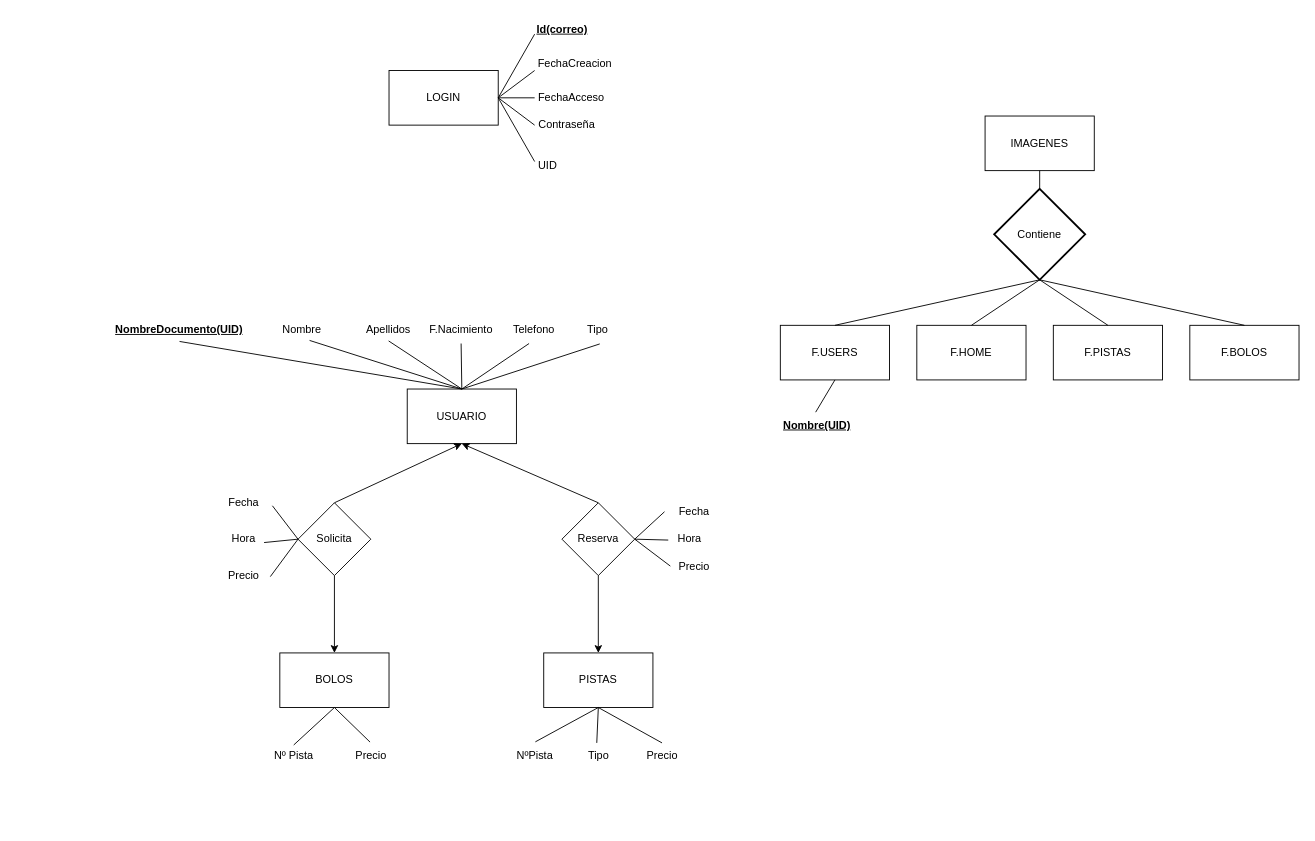
Above: Trabajo_Fin_Grado/E02/DiagramaClasesUso.drawio in vod275/TFG_VIctor_Oliver (draw.io), before the change. Source tidied: cells renumbered, new cells numbered last; positions are measured from the earlier drawing's top-left corner, leaving out a move shared by most shapes. Both pictures are drawn from the tidied source at 91%, with x=0, y=0 at pixel (106, 15).
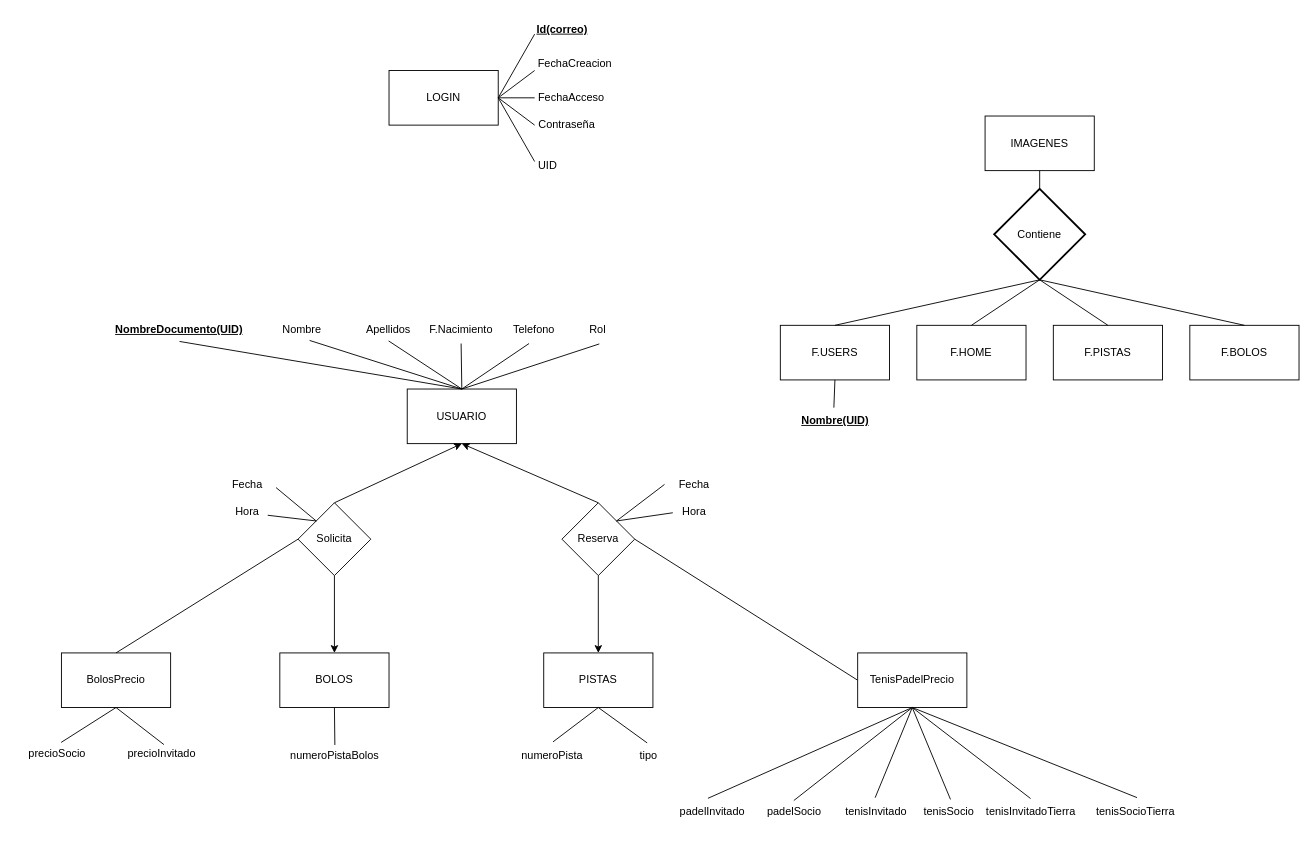
The same page after the edit.

Unchanged cells that the change refers to:
```xml
<mxCell id="25" value="Reserva" style="rhombus;whiteSpace=wrap;html=1;rounded=0;" parent="1" vertex="1">
  <mxGeometry x="501" y="535" width="80" height="80" as="geometry" />
</mxCell>
<mxCell id="26" value="Solicita" style="rhombus;whiteSpace=wrap;html=1;rounded=0;" parent="1" vertex="1">
  <mxGeometry x="211" y="535" width="80" height="80" as="geometry" />
</mxCell>
<mxCell id="46" value="BOLOS" style="rounded=0;whiteSpace=wrap;html=1;" parent="1" vertex="1">
  <mxGeometry x="191" y="700" width="120" height="60" as="geometry" />
</mxCell>
<mxCell id="51" value="PISTAS" style="rounded=0;whiteSpace=wrap;html=1;" parent="1" vertex="1">
  <mxGeometry x="481" y="700" width="120" height="60" as="geometry" />
</mxCell>
```

Change to the diagram source:
```diff
@@
     <mxCell id="37" value="Fecha" style="text;html=1;align=center;verticalAlign=middle;points=[];rounded=0;" parent="1" vertex="1">
-      <mxGeometry x="121" y="520" width="60" height="30" as="geometry" />
+      <mxGeometry x="125" y="500" width="60" height="30" as="geometry" />
     </mxCell>
     <mxCell id="38" value="Hora" style="text;html=1;align=center;verticalAlign=middle;points=[];rounded=0;" parent="1" vertex="1">
-      <mxGeometry x="126" y="560" width="50" height="30" as="geometry" />
+      <mxGeometry x="130" y="530" width="50" height="30" as="geometry" />
     </mxCell>
-    <mxCell id="39" value="Precio" style="text;html=1;align=center;verticalAlign=middle;points=[];rounded=0;" parent="1" vertex="1">
-      <mxGeometry x="121" y="600" width="60" height="30" as="geometry" />
-    </mxCell>
-    <mxCell id="40" style="endArrow=none;html=1;rounded=0;entryX=0;entryY=0.5;entryDx=0;entryDy=0;exitX=0.993;exitY=0.538;exitDx=0;exitDy=0;exitPerimeter=0;" parent="1" edge="1" source="39" target="26">
-      <mxGeometry relative="1" as="geometry" />
-    </mxCell>
-    <mxCell id="41" style="endArrow=none;html=1;rounded=0;exitX=0;exitY=0.5;exitDx=0;exitDy=0;entryX=0.954;entryY=0.624;entryDx=0;entryDy=0;entryPerimeter=0;" parent="1" edge="1" source="26" target="38">
+    <mxCell id="41" style="endArrow=none;html=1;rounded=0;exitX=0;exitY=0;exitDx=0;exitDy=0;entryX=0.954;entryY=0.624;entryDx=0;entryDy=0;entryPerimeter=0;" parent="1" edge="1" source="26" target="38">
       <mxGeometry relative="1" as="geometry" />
     </mxCell>
-    <mxCell id="42" style="endArrow=none;html=1;rounded=0;exitX=1.031;exitY=0.61;exitDx=0;exitDy=0;exitPerimeter=0;entryX=0;entryY=0.5;entryDx=0;entryDy=0;" parent="1" edge="1" source="37" target="26">
+    <mxCell id="42" style="endArrow=none;html=1;rounded=0;exitX=1.031;exitY=0.61;exitDx=0;exitDy=0;exitPerimeter=0;entryX=0;entryY=0;entryDx=0;entryDy=0;" parent="1" edge="1" source="37" target="26">
       <mxGeometry relative="1" as="geometry" />
     </mxCell>
@@
-    <mxCell id="47" value="Nº Pista" style="text;html=1;align=center;verticalAlign=middle;points=[];fontStyle=0;rounded=0;" parent="1" vertex="1">
-      <mxGeometry x="171" y="798" width="70" height="30" as="geometry" />
+    <mxCell id="47" value="numeroPistaBolos" style="text;html=1;align=center;verticalAlign=middle;points=[];fontStyle=0;rounded=0;" parent="1" vertex="1">
+      <mxGeometry x="191" y="798" width="120" height="30" as="geometry" />
     </mxCell>
-    <mxCell id="48" value="Precio" style="text;html=1;align=center;verticalAlign=middle;points=[];rounded=0;" parent="1" vertex="1">
-      <mxGeometry x="261" y="798" width="60" height="30" as="geometry" />
-    </mxCell>
@@
-    <mxCell id="50" style="endArrow=none;html=1;rounded=0;entryX=0.5;entryY=1;entryDx=0;entryDy=0;exitX=0.486;exitY=0;exitDx=0;exitDy=0;exitPerimeter=0;" parent="1" edge="1" source="48" target="46">
-      <mxGeometry relative="1" as="geometry" />
-    </mxCell>
@@
     <mxCell id="53" value="Fecha" style="text;html=1;align=center;verticalAlign=middle;points=[];rounded=0;" parent="1" vertex="1">
-      <mxGeometry x="616" y="530" width="60" height="30" as="geometry" />
+      <mxGeometry x="616" y="500" width="60" height="30" as="geometry" />
     </mxCell>
     <mxCell id="54" value="Hora" style="text;html=1;align=center;verticalAlign=middle;points=[];rounded=0;" parent="1" vertex="1">
-      <mxGeometry x="616" y="560" width="50" height="30" as="geometry" />
+      <mxGeometry x="621" y="530" width="50" height="30" as="geometry" />
     </mxCell>
-    <mxCell id="55" value="Precio" style="text;html=1;align=center;verticalAlign=middle;points=[];rounded=0;" parent="1" vertex="1">
-      <mxGeometry x="616" y="590" width="60" height="30" as="geometry" />
-    </mxCell>
-    <mxCell id="56" style="endArrow=none;html=1;rounded=0;entryX=-0.038;entryY=0.495;entryDx=0;entryDy=0;entryPerimeter=0;exitX=1;exitY=0.5;exitDx=0;exitDy=0;" parent="1" edge="1" source="25" target="53">
+    <mxCell id="56" style="endArrow=none;html=1;rounded=0;entryX=-0.038;entryY=0.495;entryDx=0;entryDy=0;entryPerimeter=0;exitX=1;exitY=0;exitDx=0;exitDy=0;" parent="1" edge="1" source="25" target="53">
       <mxGeometry relative="1" as="geometry" />
     </mxCell>
-    <mxCell id="57" style="endArrow=none;html=1;rounded=0;entryX=0.037;entryY=0.533;entryDx=0;entryDy=0;entryPerimeter=0;exitX=1;exitY=0.5;exitDx=0;exitDy=0;" parent="1" edge="1" source="25" target="54">
+    <mxCell id="57" style="endArrow=none;html=1;rounded=0;entryX=0.037;entryY=0.533;entryDx=0;entryDy=0;entryPerimeter=0;exitX=1;exitY=0;exitDx=0;exitDy=0;" parent="1" edge="1" source="25" target="54">
       <mxGeometry relative="1" as="geometry" />
     </mxCell>
-    <mxCell id="58" style="endArrow=none;html=1;rounded=0;entryX=0.069;entryY=0.486;entryDx=0;entryDy=0;entryPerimeter=0;exitX=1;exitY=0.5;exitDx=0;exitDy=0;" parent="1" edge="1" source="25" target="55">
+    <mxCell id="58" style="endArrow=none;html=1;rounded=0;entryX=0;entryY=0.5;entryDx=0;entryDy=0;exitX=1;exitY=0.5;exitDx=0;exitDy=0;" parent="1" edge="1" source="25" target="69">
       <mxGeometry relative="1" as="geometry" />
     </mxCell>
-    <mxCell id="59" value="NºPista" style="text;html=1;align=center;verticalAlign=middle;points=[];rounded=0;" parent="1" vertex="1">
-      <mxGeometry x="441" y="798" width="60" height="30" as="geometry" />
+    <mxCell id="59" value="numeroPista" style="text;html=1;align=center;verticalAlign=middle;points=[];rounded=0;" parent="1" vertex="1">
+      <mxGeometry x="445" y="798" width="90" height="30" as="geometry" />
     </mxCell>
-    <mxCell id="60" value="Tipo" style="text;html=1;align=center;verticalAlign=middle;points=[];rounded=0;" parent="1" vertex="1">
-      <mxGeometry x="516" y="798" width="50" height="30" as="geometry" />
+    <mxCell id="60" value="tipo" style="text;html=1;align=center;verticalAlign=middle;points=[];rounded=0;" parent="1" vertex="1">
+      <mxGeometry x="576" y="798" width="40" height="30" as="geometry" />
     </mxCell>
-    <mxCell id="61" value="Precio" style="text;html=1;align=center;verticalAlign=middle;points=[];rounded=0;" parent="1" vertex="1">
-      <mxGeometry x="581" y="798" width="60" height="30" as="geometry" />
-    </mxCell>
@@
-    <mxCell id="64" style="endArrow=none;html=1;rounded=0;entryX=0.5;entryY=1;entryDx=0;entryDy=0;exitX=0.5;exitY=0.029;exitDx=0;exitDy=0;exitPerimeter=0;" parent="1" edge="1" source="61" target="51">
-      <mxGeometry relative="1" as="geometry" />
-    </mxCell>
-    <mxCell id="65" value="Tipo" style="text;html=1;align=center;verticalAlign=middle;points=[];strokeColor=none;fillColor=none;" parent="1" vertex="1">
-      <mxGeometry x="515" y="330" width="50" height="30" as="geometry" />
+    <mxCell id="65" value="Rol" style="text;html=1;align=center;verticalAlign=middle;points=[];strokeColor=none;fillColor=none;" parent="1" vertex="1">
+      <mxGeometry x="520" y="330" width="40" height="30" as="geometry" />
     </mxCell>
@@
     <mxCell id="67" value="Nombre(UID)" style="text;html=1;align=center;verticalAlign=middle;points=[];strokeColor=none;fillColor=none;fontStyle=5;" parent="1" vertex="1">
-      <mxGeometry x="736" y="435" width="90" height="30" as="geometry" />
+      <mxGeometry x="756" y="430" width="90" height="30" as="geometry" />
     </mxCell>
@@
+    <mxCell id="69" value="TenisPadelPrecio" style="rounded=0;whiteSpace=wrap;html=1;" parent="1" vertex="1">
+      <mxGeometry x="826" y="700" width="120" height="60" as="geometry" />
+    </mxCell>
+    <mxCell id="70" value="&lt;div&gt;padelInvitado&lt;/div&gt;" style="text;html=1;align=center;verticalAlign=middle;points=[];strokeColor=none;fillColor=none;" parent="1" vertex="1">
+      <mxGeometry x="621" y="860" width="90" height="30" as="geometry" />
+    </mxCell>
+    <mxCell id="71" value="tenisInvitado" style="text;html=1;align=center;verticalAlign=middle;points=[];strokeColor=none;fillColor=none;" parent="1" vertex="1">
+      <mxGeometry x="801" y="860" width="90" height="30" as="geometry" />
+    </mxCell>
+    <mxCell id="72" value="&lt;div&gt;padelSocio&lt;/div&gt;" style="text;html=1;align=center;verticalAlign=middle;points=[];strokeColor=none;fillColor=none;" parent="1" vertex="1">
+      <mxGeometry x="716" y="860" width="80" height="30" as="geometry" />
+    </mxCell>
+    <mxCell id="73" style="endArrow=none;html=1;rounded=0;entryX=0.5;entryY=1;entryDx=0;entryDy=0;exitX=0.45;exitY=-0.008;exitDx=0;exitDy=0;exitPerimeter=0;" parent="1" edge="1" source="70" target="69">
+      <mxGeometry relative="1" as="geometry" />
+    </mxCell>
+    <mxCell id="74" style="endArrow=none;html=1;rounded=0;entryX=0.5;entryY=1;entryDx=0;entryDy=0;exitX=0.498;exitY=0.073;exitDx=0;exitDy=0;exitPerimeter=0;" parent="1" edge="1" source="72" target="69">
+      <mxGeometry relative="1" as="geometry" />
+    </mxCell>
+    <mxCell id="75" style="endArrow=none;html=1;rounded=0;entryX=0.491;entryY=-0.029;entryDx=0;entryDy=0;entryPerimeter=0;exitX=0.5;exitY=1;exitDx=0;exitDy=0;" parent="1" edge="1" source="69" target="71">
+      <mxGeometry relative="1" as="geometry" />
+    </mxCell>
+    <mxCell id="76" value="BolosPrecio" style="rounded=0;whiteSpace=wrap;html=1;" parent="1" vertex="1">
+      <mxGeometry x="-49" y="700" width="120" height="60" as="geometry" />
+    </mxCell>
+    <mxCell id="77" style="endArrow=none;html=1;rounded=0;exitX=0.5;exitY=0;exitDx=0;exitDy=0;entryX=0;entryY=0.5;entryDx=0;entryDy=0;" parent="1" edge="1" source="76" target="26">
+      <mxGeometry relative="1" as="geometry" />
+    </mxCell>
+    <mxCell id="78" value="precioInvitado&lt;div&gt;&lt;br&gt;&lt;/div&gt;" style="text;html=1;align=center;verticalAlign=middle;points=[];strokeColor=none;fillColor=none;" parent="1" vertex="1">
+      <mxGeometry x="11" y="798" width="100" height="40" as="geometry" />
+    </mxCell>
+    <mxCell id="79" value="precioSocio&lt;div&gt;&lt;br&gt;&lt;/div&gt;" style="text;html=1;align=center;verticalAlign=middle;points=[];strokeColor=none;fillColor=none;" parent="1" vertex="1">
+      <mxGeometry x="-99" y="798" width="90" height="40" as="geometry" />
+    </mxCell>
+    <mxCell id="80" style="endArrow=none;html=1;rounded=0;exitX=0.5;exitY=1;exitDx=0;exitDy=0;entryX=0.526;entryY=0.068;entryDx=0;entryDy=0;entryPerimeter=0;" parent="1" edge="1" source="76" target="78">
+      <mxGeometry relative="1" as="geometry" />
+    </mxCell>
+    <mxCell id="81" style="endArrow=none;html=1;rounded=0;exitX=0.5;exitY=1;exitDx=0;exitDy=0;entryX=0.552;entryY=0.009;entryDx=0;entryDy=0;entryPerimeter=0;" parent="1" edge="1" source="76" target="79">
+      <mxGeometry relative="1" as="geometry" />
+    </mxCell>
+    <mxCell id="82" style="endArrow=none;html=1;rounded=0;entryX=0.5;entryY=1;entryDx=0;entryDy=0;exitX=0.525;exitY=0.033;exitDx=0;exitDy=0;exitPerimeter=0;" parent="1" edge="1" source="83" target="69">
+      <mxGeometry relative="1" as="geometry" />
+    </mxCell>
+    <mxCell id="83" value="tenisSocio" style="text;html=1;align=center;verticalAlign=middle;points=[];strokeColor=none;fillColor=none;" parent="1" vertex="1">
+      <mxGeometry x="886" y="860" width="80" height="30" as="geometry" />
+    </mxCell>
+    <mxCell id="84" value="tenisInvitadoTierra" style="text;html=1;align=center;verticalAlign=middle;points=[];strokeColor=none;fillColor=none;" parent="1" vertex="1">
+      <mxGeometry x="956" y="860" width="120" height="30" as="geometry" />
+    </mxCell>
+    <mxCell id="85" value="tenisSocioTierra" style="text;html=1;align=center;verticalAlign=middle;points=[];strokeColor=none;fillColor=none;" parent="1" vertex="1">
+      <mxGeometry x="1076" y="860" width="110" height="30" as="geometry" />
+    </mxCell>
+    <mxCell id="86" style="endArrow=none;html=1;rounded=0;exitX=0.5;exitY=0;exitDx=0;exitDy=0;exitPerimeter=0;entryX=0.5;entryY=1;entryDx=0;entryDy=0;" parent="1" edge="1" source="84" target="69">
+      <mxGeometry relative="1" as="geometry" />
+    </mxCell>
+    <mxCell id="87" style="endArrow=none;html=1;rounded=0;entryX=0.518;entryY=-0.033;entryDx=0;entryDy=0;entryPerimeter=0;exitX=0.5;exitY=1;exitDx=0;exitDy=0;" parent="1" edge="1" source="69" target="85">
+      <mxGeometry relative="1" as="geometry" />
+    </mxCell>
```
